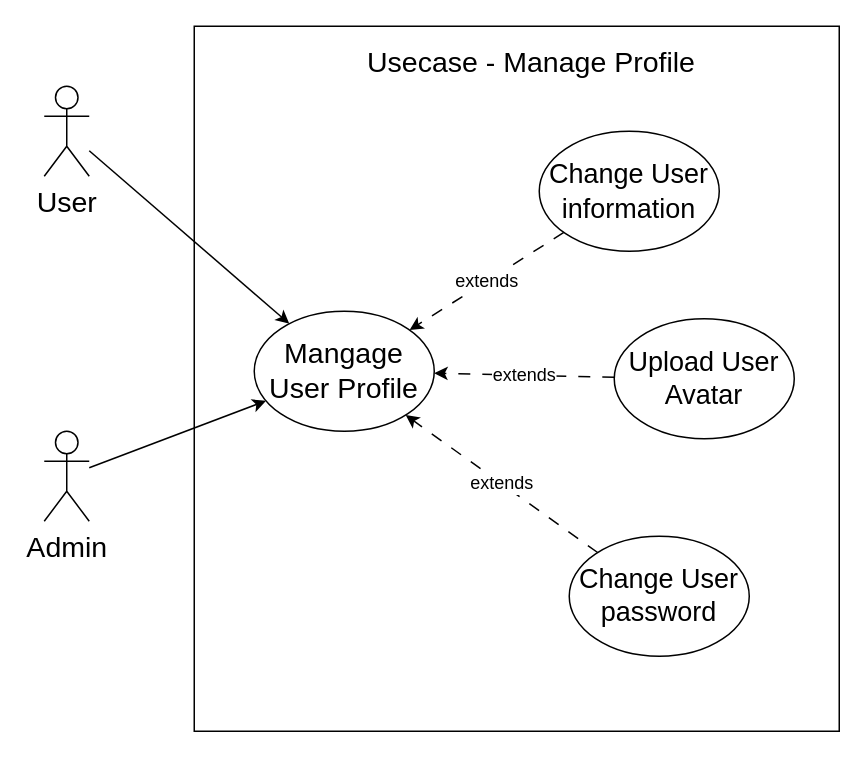
NotAsea/Hocviec keeps this draw.io diagram as Diagram/Usecase breakup/Usecase - Manage User profile.drawio. Above is the earlier version. Source tidied: cells renumbered, new cells numbered last; positions are measured from the earlier drawing's top-left corner, leaving out a move shared by most shapes. Both pictures are drawn from the tidied source at 150%, with x=0, y=0 at pixel (44, 26).
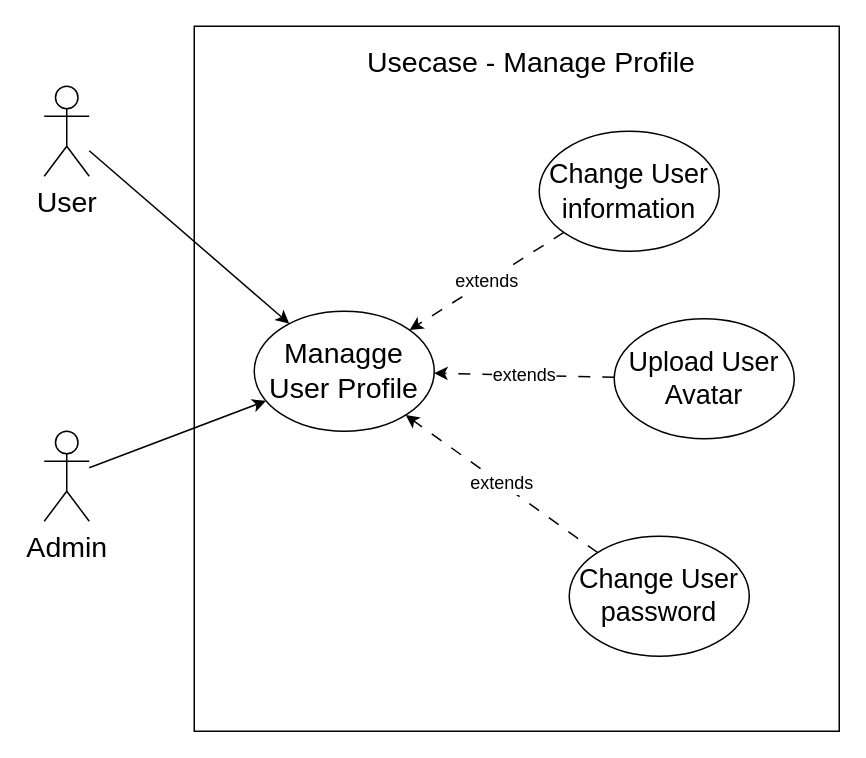
The same diagram, later.

The edit, as a diff of the source:
```diff
@@
 <mxGraphModel>
   <root>
     <mxCell id="0" />
     <mxCell id="1" parent="0" />
     <mxCell id="2" style="rounded=0;whiteSpace=wrap;html=1;fontFamily=Helvetica;fontSize=19;" parent="1" vertex="1">
       <mxGeometry x="100" width="430" height="470" as="geometry" />
     </mxCell>
     <mxCell id="3" value="Usecase - Manage Profile" style="text;html=1;strokeColor=none;fillColor=none;align=center;verticalAlign=middle;whiteSpace=wrap;rounded=0;fontSize=19;fontFamily=Helvetica;" parent="1" vertex="1">
       <mxGeometry x="190" y="10" width="270" height="30" as="geometry" />
     </mxCell>
     <mxCell id="4" style="edgeStyle=none;rounded=0;jettySize=auto;html=1;fontFamily=Helvetica;fontSize=12;" parent="1" edge="1" source="5" target="8">
       <mxGeometry relative="1" as="geometry" />
     </mxCell>
     <mxCell id="5" value="&lt;div&gt;User&lt;/div&gt;&lt;div&gt;&lt;br&gt;&lt;/div&gt;" style="shape=umlActor;verticalLabelPosition=bottom;verticalAlign=top;html=1;outlineConnect=0;fontFamily=Helvetica;fontSize=19;" parent="1" vertex="1">
       <mxGeometry y="40" width="30" height="60" as="geometry" />
     </mxCell>
     <mxCell id="6" style="edgeStyle=none;rounded=0;jettySize=auto;html=1;fontFamily=Helvetica;fontSize=12;" parent="1" edge="1" source="7" target="8">
       <mxGeometry relative="1" as="geometry" />
     </mxCell>
     <mxCell id="7" value="&lt;div&gt;Admin&lt;/div&gt;" style="shape=umlActor;verticalLabelPosition=bottom;verticalAlign=top;html=1;outlineConnect=0;fontFamily=Helvetica;fontSize=19;" parent="1" vertex="1">
       <mxGeometry y="270" width="30" height="60" as="geometry" />
     </mxCell>
-    <mxCell id="8" value="Mangage User Profile" style="ellipse;whiteSpace=wrap;html=1;fontFamily=Helvetica;fontSize=19;" parent="1" vertex="1">
+    <mxCell id="8" value="Managge User Profile" style="ellipse;whiteSpace=wrap;html=1;fontFamily=Helvetica;fontSize=19;" parent="1" vertex="1">
       <mxGeometry x="140" y="190" width="120" height="80" as="geometry" />
     </mxCell>
     <mxCell id="9" value="extends" style="edgeStyle=none;rounded=0;jettySize=auto;html=1;fontFamily=Helvetica;fontSize=12;dashed=1;dashPattern=8 8;" parent="1" edge="1" source="10" target="8">
       <mxGeometry relative="1" as="geometry" />
     </mxCell>
     <mxCell id="10" value="&lt;font style=&quot;font-size: 18px;&quot;&gt;Change User information&lt;/font&gt;" style="ellipse;whiteSpace=wrap;html=1;fontFamily=Helvetica;fontSize=19;" parent="1" vertex="1">
       <mxGeometry x="330" y="70" width="120" height="80" as="geometry" />
     </mxCell>
     <mxCell id="11" value="extends" style="edgeStyle=none;rounded=0;jettySize=auto;html=1;dashed=1;dashPattern=8 8;fontFamily=Helvetica;fontSize=12;" parent="1" edge="1" source="12" target="8">
       <mxGeometry relative="1" as="geometry" />
     </mxCell>
     <mxCell id="12" value="Upload User Avatar" style="ellipse;whiteSpace=wrap;html=1;fontFamily=Helvetica;fontSize=18;" parent="1" vertex="1">
       <mxGeometry x="380" y="195" width="120" height="80" as="geometry" />
     </mxCell>
     <mxCell id="13" value="extends" style="edgeStyle=none;rounded=0;jettySize=auto;html=1;dashed=1;dashPattern=8 8;fontFamily=Helvetica;fontSize=12;" parent="1" edge="1" source="14" target="8">
       <mxGeometry relative="1" as="geometry" />
     </mxCell>
     <mxCell id="14" value="Change User password" style="ellipse;whiteSpace=wrap;html=1;fontFamily=Helvetica;fontSize=18;" parent="1" vertex="1">
       <mxGeometry x="350" y="340" width="120" height="80" as="geometry" />
     </mxCell>
   </root>
 </mxGraphModel>
```
